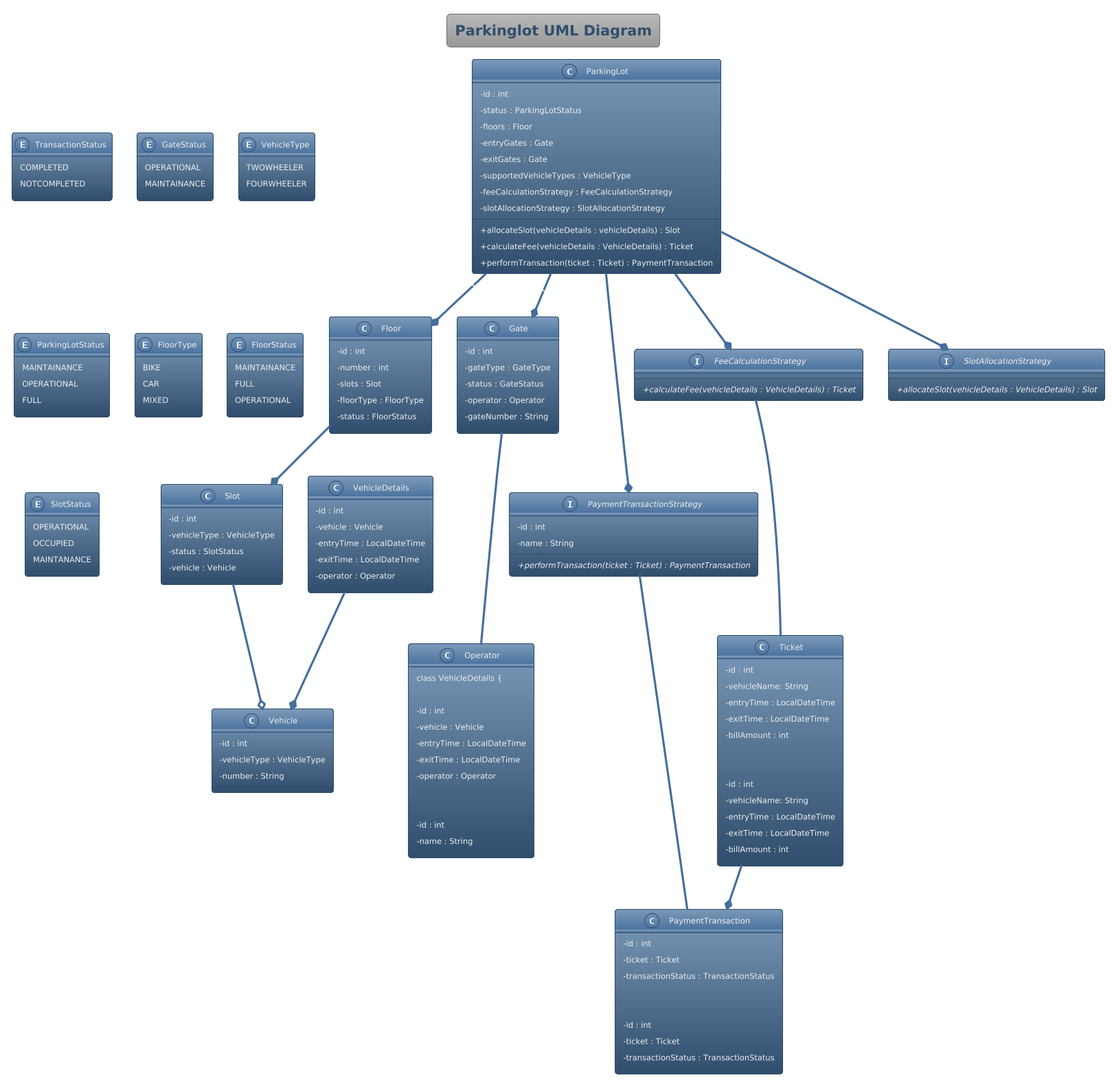
mandalavijaysurya/lld-practice keeps this PlantUML diagram as umldiagrams/out/parkinglot/Parkinglot.png. Above is the earlier version.
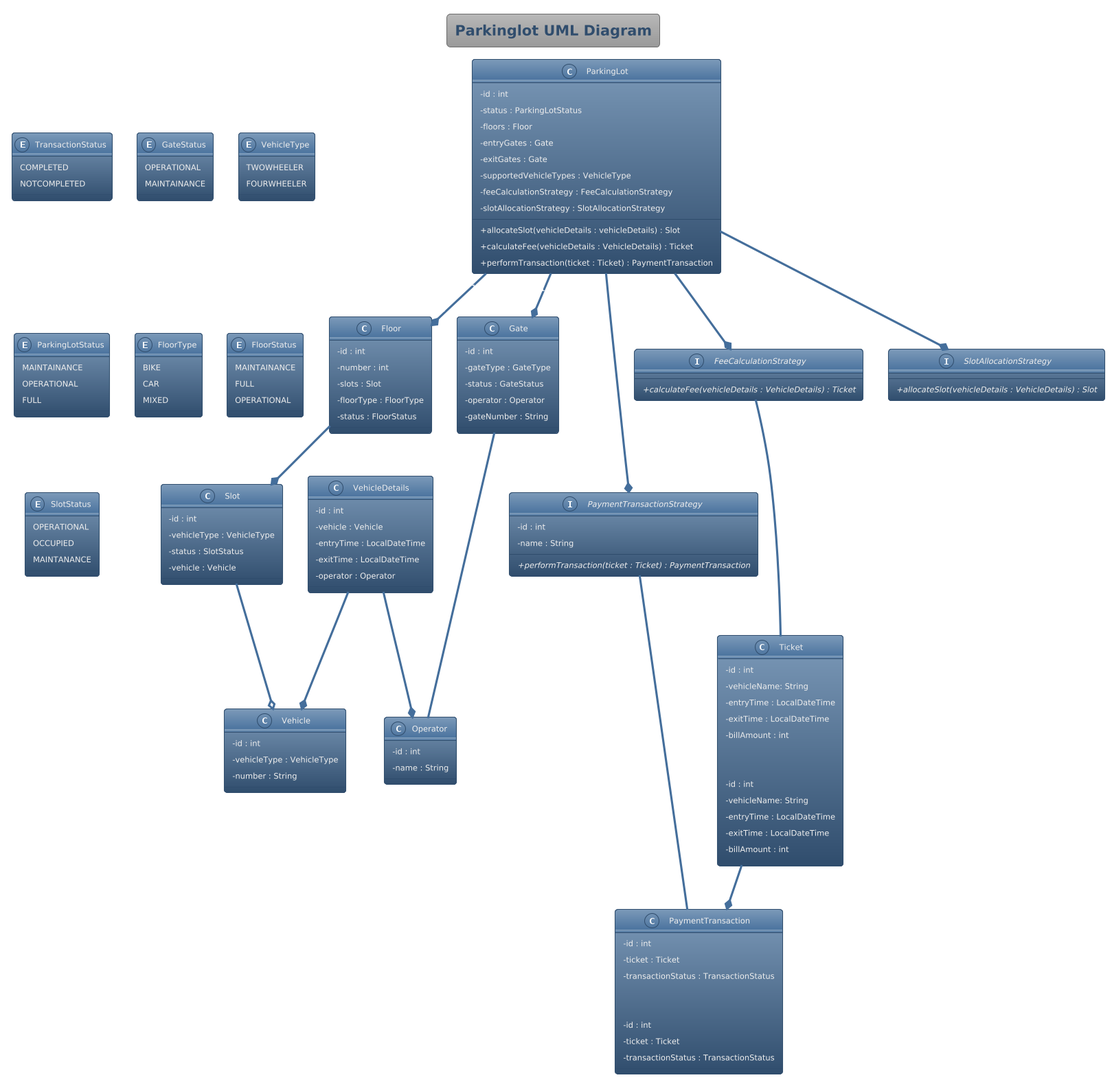
Above is the later version.

Commit message:
Correct uml diagram

The edit, as a diff of the source:
```diff
@@ -63,17 +63,6 @@
 	- entryTime : LocalDateTime
 	- exitTime : LocalDateTime
 	- operator : Operator
-
-}
-
-class Operator {
-class VehicleDetails {
-
-    - id : int
-    - vehicle : Vehicle
-    - entryTime : LocalDateTime
-    - exitTime : LocalDateTime
-    - operator : Operator
 
 }
 
@@ -205,6 +194,8 @@
 Gate --- Operator
 
 VehicleDetails --* Vehicle
+VehicleDetails --* Operator
+
 Ticket --* PaymentTransaction
 
 FeeCalculationStrategy --- Ticket
```
